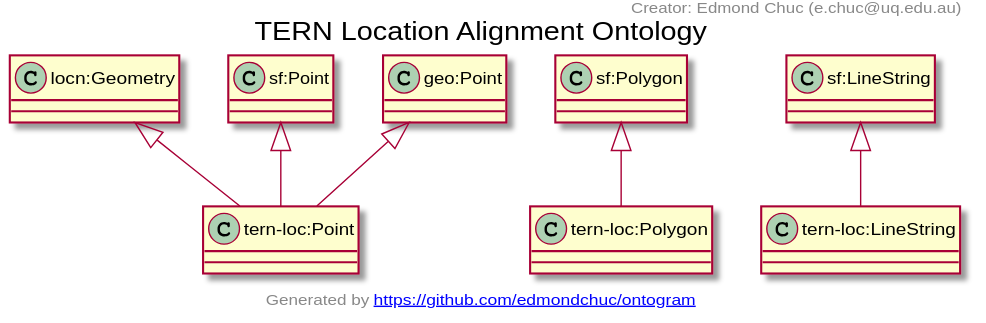
Above: docs/tern-loc.ttl.txt.svg in ternaustralia/ontology_tern-loc (PlantUML), before the change.
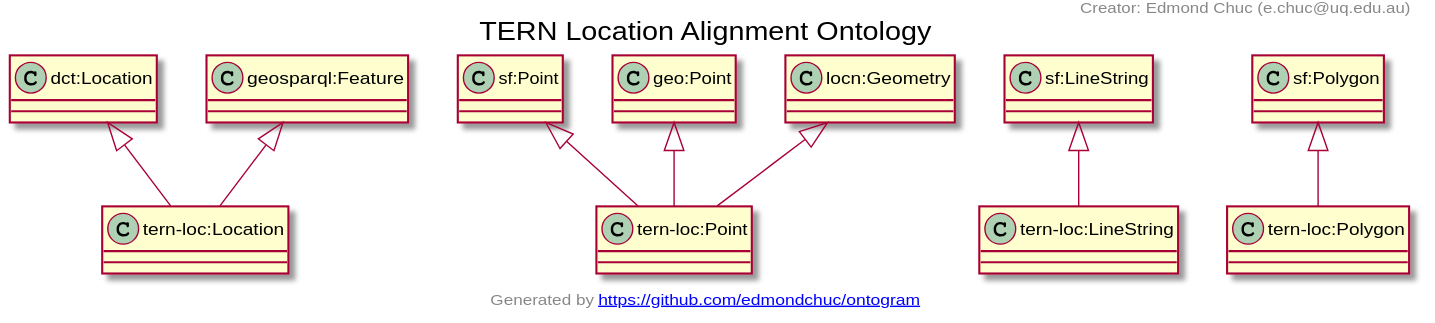
Above is the later version.

Commit message:
Minor class type changes

What changed in the source:
```diff
@@ -1,15 +1,19 @@
 @startuml
 title TERN Location Alignment Ontology
-"locn:Geometry" <|-- "tern-loc:Point"
+"dct:Location" <|-- "tern-loc:Location"
+"geosparql:Feature" <|-- "tern-loc:Location"
 "sf:Point" <|-- "tern-loc:Point"
 "geo:Point" <|-- "tern-loc:Point"
+"locn:Geometry" <|-- "tern-loc:Point"
+"sf:LineString" <|-- "tern-loc:LineString"
 "sf:Polygon" <|-- "tern-loc:Polygon"
-"sf:LineString" <|-- "tern-loc:LineString"
+Class "tern-loc:Location" [[https://w3id.org/tern/ontologies/loc/Location]] {
+}
 Class "tern-loc:Point" [[https://w3id.org/tern/ontologies/loc/Point]] {
 }
+Class "tern-loc:LineString" [[https://w3id.org/tern/ontologies/loc/LineString]] {
+}
 Class "tern-loc:Polygon" [[https://w3id.org/tern/ontologies/loc/Polygon]] {
-}
-Class "tern-loc:LineString" [[https://w3id.org/tern/ontologies/loc/LineString]] {
 }
 header
 Creator: Edmond Chuc (e.chuc@uq.edu.au)
```
